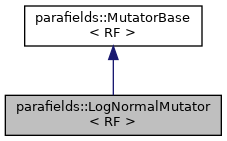
Above: a01044.png in parafields/parafields-core (Graphviz), before the change. Its source is kept beside it as a01044.dot.
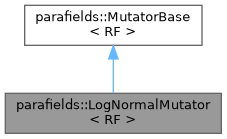
The same diagram one commit later.

The edit, as a diff of the source:
```diff
@@ -1,8 +1,9 @@
 digraph "parafields::LogNormalMutator&lt; RF &gt;"
 {
-  edge [fontname="Helvetica",fontsize="10",labelfontname="Helvetica",labelfontsize="10"];
-  node [fontname="Helvetica",fontsize="10",shape=record];
-  Node1 [label="parafields::LogNormalMutator\l\< RF \>",height=0.2,width=0.4,color="black", fillcolor="grey75", style="filled", fontcolor="black",tooltip="Exponential function mutator for log-normal fields."];
-  Node2 -> Node1 [dir="back",color="midnightblue",fontsize="10",style="solid",fontname="Helvetica"];
-  Node2 [label="parafields::MutatorBase\l\< RF \>",height=0.2,width=0.4,color="black", fillcolor="white", style="filled",URL="$a01037.html",tooltip="Abstract base class for value transformations."];
+  bgcolor="transparent";
+  edge [fontname=Helvetica,fontsize=10,labelfontname=Helvetica,labelfontsize=10];
+  node [fontname=Helvetica,fontsize=10,shape=box,height=0.2,width=0.4];
+  Node1 [id="Node000001",label="parafields::LogNormalMutator\l\< RF \>",height=0.2,width=0.4,color="gray40", fillcolor="grey60", style="filled", fontcolor="black",tooltip="Exponential function mutator for log-normal fields."];
+  Node2 -> Node1 [id="edge1_Node000001_Node000002",dir="back",color="steelblue1",style="solid",tooltip=" "];
+  Node2 [id="Node000002",label="parafields::MutatorBase\l\< RF \>",height=0.2,width=0.4,color="gray40", fillcolor="white", style="filled",URL="$a01037.html",tooltip="Abstract base class for value transformations."];
 }
```
